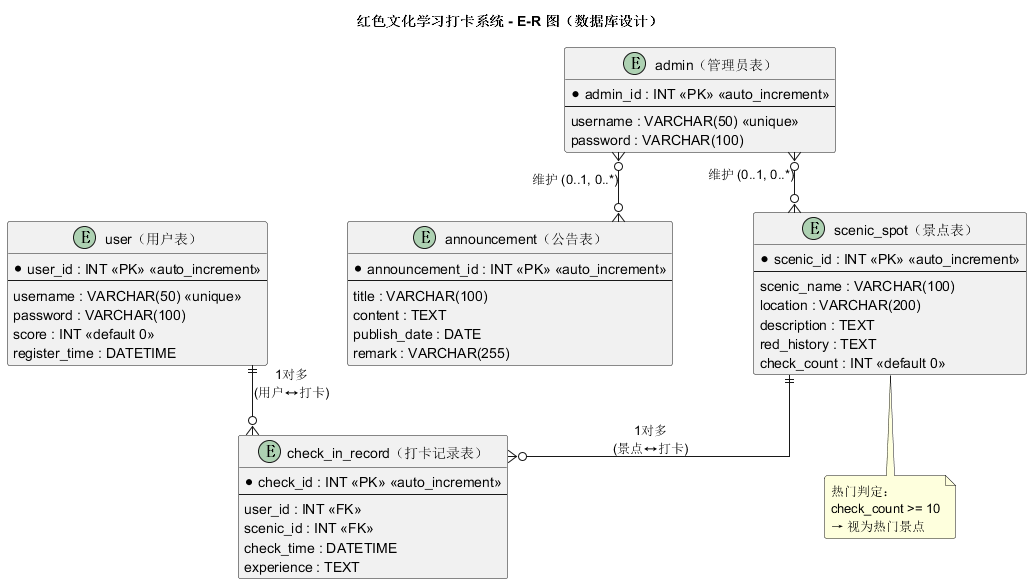
Above: png/红色文化学习打卡系统-ER图.png in jialuohongan/test_demo (PlantUML), before the change. Source of this version:
```plantuml
@startuml 红色文化学习打卡系统-ER图
skinparam linetype ortho
skinparam roundcorner 5
skinparam classFontSize 14
skinparam nodesep 80
skinparam ranksep 60

title 红色文化学习打卡系统 - E-R 图（数据库设计）

entity "user（用户表）" as user {
    *user_id : INT <<PK>> <<auto_increment>>
    --
    username : VARCHAR(50) <<unique>>
    password : VARCHAR(100)
    score : INT <<default 0>>
    register_time : DATETIME
}

entity "admin（管理员表）" as admin {
    *admin_id : INT <<PK>> <<auto_increment>>
    --
    username : VARCHAR(50) <<unique>>
    password : VARCHAR(100)
}

entity "announcement（公告表）" as announcement {
    *announcement_id : INT <<PK>> <<auto_increment>>
    --
    title : VARCHAR(100)
    content : TEXT
    publish_date : DATE
    remark : VARCHAR(255)
}

entity "scenic_spot（景点表）" as scenic_spot {
    *scenic_id : INT <<PK>> <<auto_increment>>
    --
    scenic_name : VARCHAR(100)
    location : VARCHAR(200)
    description : TEXT
    red_history : TEXT
    check_count : INT <<default 0>>
}

entity "check_in_record（打卡记录表）" as check_in_record {
    *check_id : INT <<PK>> <<auto_increment>>
    --
    user_id : INT <<FK>>
    scenic_id : INT <<FK>>
    check_time : DATETIME
    experience : TEXT
}

user ||--o{ check_in_record : "1对多\n(用户↔打卡)"
scenic_spot ||--o{ check_in_record : "1对多\n(景点↔打卡)"

admin }o--o{ announcement : "维护 (0..1, 0..*)"
admin }o--o{ scenic_spot : "维护 (0..1, 0..*)"

note bottom of scenic_spot
  热门判定：
  check_count >= 10
  → 视为热门景点
end note

@enduml
```
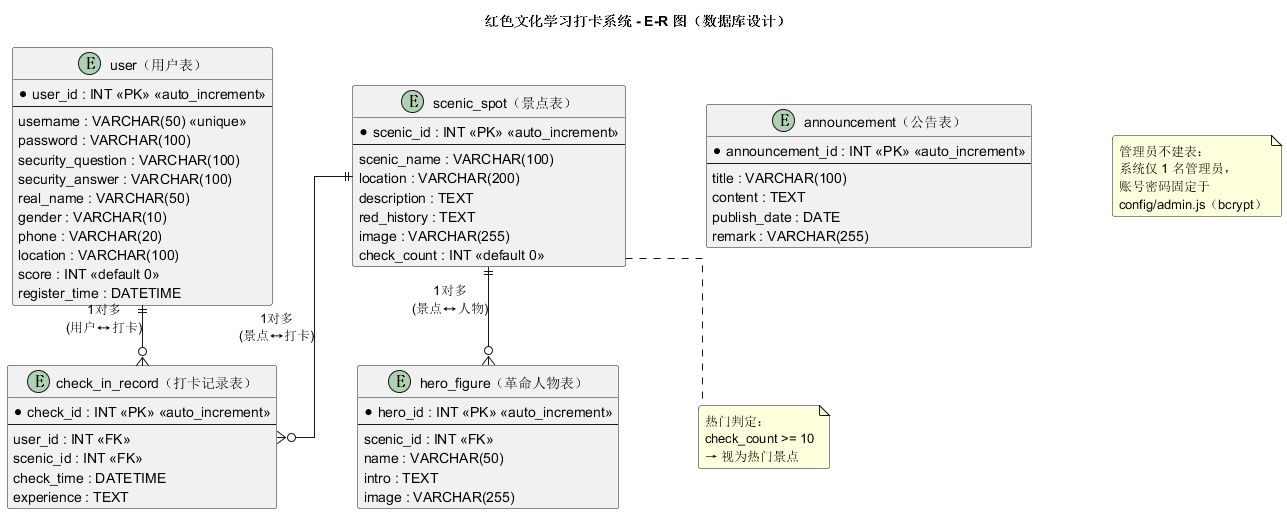
Above is the later version.

Commit message:
refactor_jlha: 重新配置数据库改变ER图

Change to the diagram source:
```diff
@@ -12,15 +12,14 @@
     --
     username : VARCHAR(50) <<unique>>
     password : VARCHAR(100)
+    security_question : VARCHAR(100)
+    security_answer : VARCHAR(100)
+    real_name : VARCHAR(50)
+    gender : VARCHAR(10)
+    phone : VARCHAR(20)
+    location : VARCHAR(100)
     score : INT <<default 0>>
     register_time : DATETIME
-}
-
-entity "admin（管理员表）" as admin {
-    *admin_id : INT <<PK>> <<auto_increment>>
-    --
-    username : VARCHAR(50) <<unique>>
-    password : VARCHAR(100)
 }
 
 entity "announcement（公告表）" as announcement {
@@ -39,6 +38,7 @@
     location : VARCHAR(200)
     description : TEXT
     red_history : TEXT
+    image : VARCHAR(255)
     check_count : INT <<default 0>>
 }
 
@@ -51,11 +51,18 @@
     experience : TEXT
 }
 
+entity "hero_figure（革命人物表）" as hero_figure {
+    *hero_id : INT <<PK>> <<auto_increment>>
+    --
+    scenic_id : INT <<FK>>
+    name : VARCHAR(50)
+    intro : TEXT
+    image : VARCHAR(255)
+}
+
 user ||--o{ check_in_record : "1对多\n(用户↔打卡)"
 scenic_spot ||--o{ check_in_record : "1对多\n(景点↔打卡)"
-
-admin }o--o{ announcement : "维护 (0..1, 0..*)"
-admin }o--o{ scenic_spot : "维护 (0..1, 0..*)"
+scenic_spot ||--o{ hero_figure : "1对多\n(景点↔人物)"
 
 note bottom of scenic_spot
   热门判定：
@@ -63,4 +70,11 @@
   → 视为热门景点
 end note
 
+note as N1
+  管理员不建表：
+  系统仅 1 名管理员，
+  账号密码固定于
+  config/admin.js（bcrypt）
+end note
+
 @enduml
```
